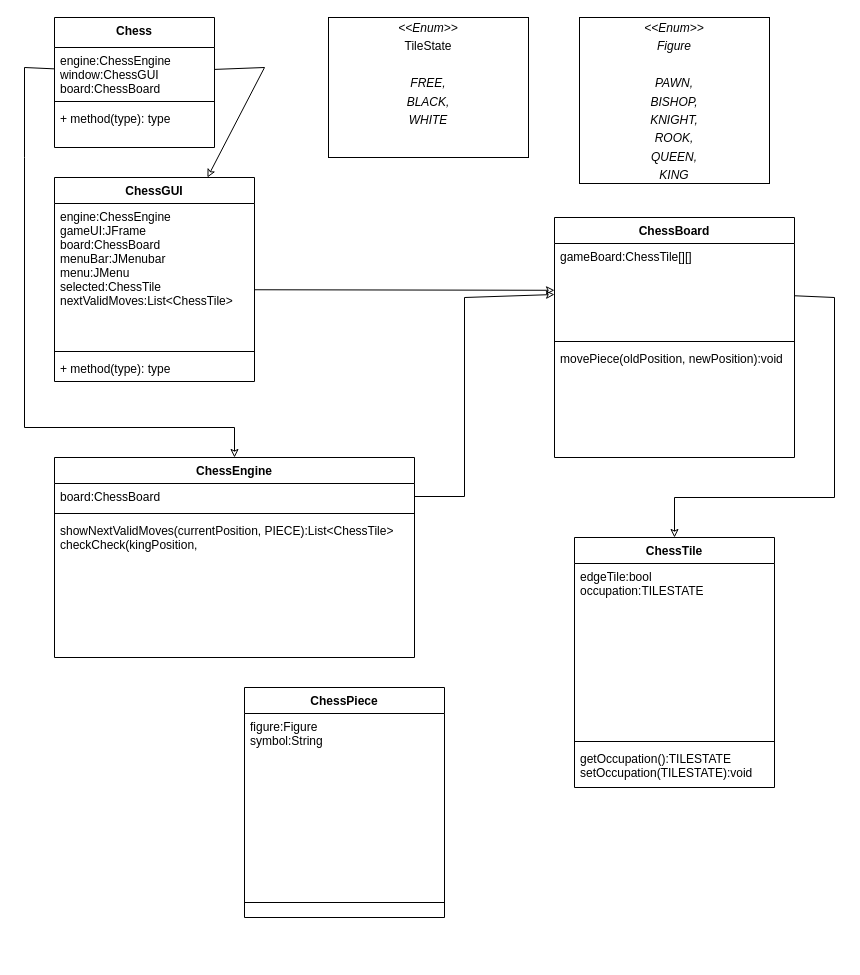
Before: Aufgaben/Chessadds/UML Chess.drawio in dertheodor/epic_chess, a draw.io diagram. Source tidied: cells renumbered, new cells numbered last; positions are measured from the earlier drawing's top-left corner, leaving out a move shared by most shapes. Both pictures are drawn from the tidied source at 100%, with x=0, y=0 at pixel (24, 17).
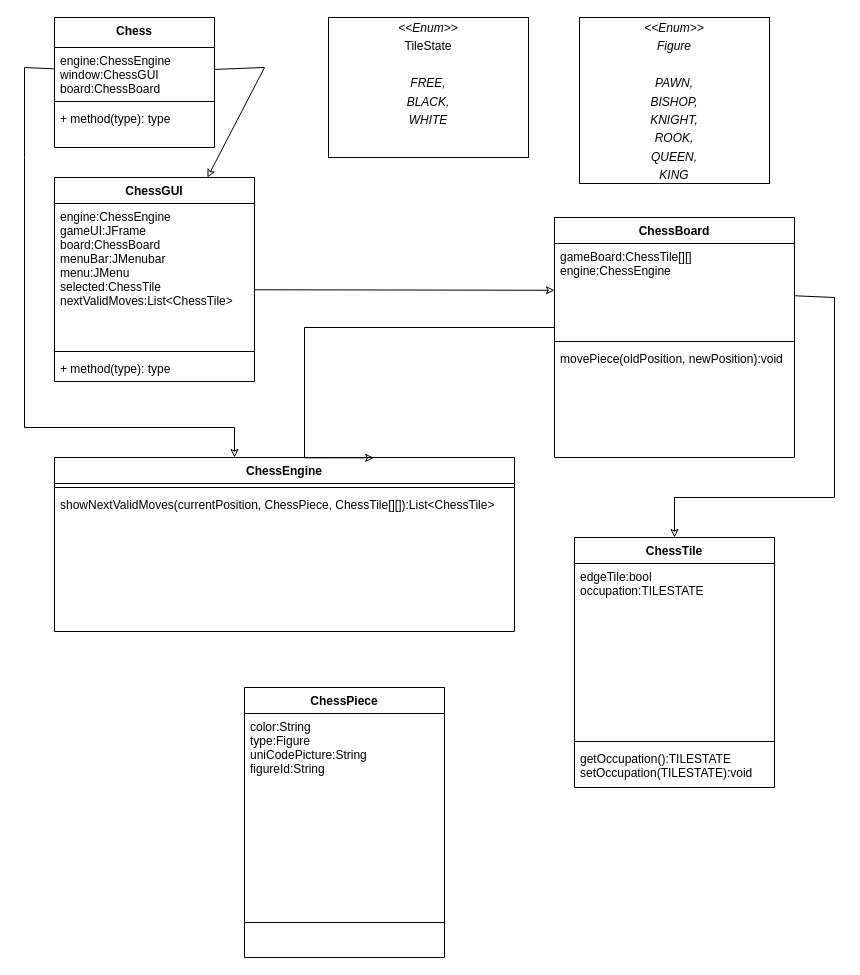
The same diagram, later.

Commit message (it also covers changes not shown here):
[Chess] Added a new Helper Class for Positions in our Arrays. Added Methods in ChessEngine to realize Pawn Movement. Added more tweaks in other Classes to work smoothly with changes in ChessEngine

Unchanged cells that the change refers to:
```xml
<mxCell id="20" value="ChessBoard" style="swimlane;fontStyle=1;align=center;verticalAlign=top;horizontal=1;startSize=26;" parent="1" vertex="1">
  <mxGeometry x="530" y="200" width="240" height="240" as="geometry" />
</mxCell>
```

Diff of the diagram source:
```diff
@@
     <mxCell id="6" value="ChessEngine" style="swimlane;fontStyle=1;align=center;verticalAlign=top;horizontal=1;startSize=26;" parent="1" vertex="1">
-      <mxGeometry x="30" y="440" width="360" height="200" as="geometry" />
+      <mxGeometry x="30" y="440" width="460" height="174" as="geometry" />
     </mxCell>
-    <mxCell id="7" value="board:ChessBoard" style="text;strokeColor=none;fillColor=none;align=left;verticalAlign=top;spacingLeft=4;spacingRight=4;overflow=hidden;points=[[0,0.5],[1,0.5]];portConstraint=eastwest;" parent="6" vertex="1">
-      <mxGeometry y="26" width="360" height="26" as="geometry" />
-    </mxCell>
     <mxCell id="8" style="line;strokeWidth=1;fillColor=none;align=left;verticalAlign=middle;spacingTop=-1;spacingLeft=3;spacingRight=3;labelPosition=right;" parent="6" vertex="1">
-      <mxGeometry y="52" width="360" height="8" as="geometry" />
+      <mxGeometry y="26" width="460" height="8" as="geometry" />
     </mxCell>
-    <mxCell id="9" value="showNextValidMoves(currentPosition, PIECE):List&lt;ChessTile&gt;&#10;checkCheck(kingPosition, &#10;&#10;" style="text;strokeColor=none;fillColor=none;align=left;verticalAlign=top;spacingLeft=4;spacingRight=4;overflow=hidden;" parent="6" vertex="1">
-      <mxGeometry y="60" width="360" height="140" as="geometry" />
+    <mxCell id="9" value="showNextValidMoves(currentPosition, ChessPiece, ChessTile[][]):List&lt;ChessTile&gt;&#10;" style="text;strokeColor=none;fillColor=none;align=left;verticalAlign=top;spacingLeft=4;spacingRight=4;overflow=hidden;" parent="6" vertex="1">
+      <mxGeometry y="34" width="460" height="140" as="geometry" />
     </mxCell>
@@
-    <mxCell id="21" value="gameBoard:ChessTile[][]" style="text;strokeColor=none;fillColor=none;align=left;verticalAlign=top;spacingLeft=4;spacingRight=4;overflow=hidden;points=[[0,0.5],[1,0.5]];portConstraint=eastwest;" parent="20" vertex="1">
+    <mxCell id="21" value="gameBoard:ChessTile[][]&#10;engine:ChessEngine" style="text;strokeColor=none;fillColor=none;align=left;verticalAlign=top;spacingLeft=4;spacingRight=4;overflow=hidden;points=[[0,0.5],[1,0.5]];portConstraint=eastwest;" parent="20" vertex="1">
       <mxGeometry y="26" width="240" height="94" as="geometry" />
     </mxCell>
@@
-    <mxCell id="25" style="edgeStyle=none;rounded=0;jettySize=auto;html=1;endArrow=classic;endFill=0;" parent="1" edge="1" source="7">
-      <mxGeometry relative="1" as="geometry">
-        <mxPoint x="530" y="277" as="targetPoint" />
-        <Array as="points">
-          <mxPoint x="440" y="479" />
-          <mxPoint x="440" y="280" />
-        </Array>
-      </mxGeometry>
-    </mxCell>
@@
     <mxCell id="29" value="ChessPiece" style="swimlane;fontStyle=1;align=center;verticalAlign=top;horizontal=1;startSize=26;" parent="1" vertex="1">
-      <mxGeometry x="220" y="670" width="200" height="230" as="geometry" />
+      <mxGeometry x="220" y="670" width="200" height="270" as="geometry" />
     </mxCell>
-    <mxCell id="30" value="figure:Figure&#10;symbol:String" style="text;strokeColor=none;fillColor=none;align=left;verticalAlign=top;spacingLeft=4;spacingRight=4;overflow=hidden;" parent="29" vertex="1">
+    <mxCell id="30" value="color:String&#10;type:Figure&#10;uniCodePicture:String&#10;figureId:String" style="text;strokeColor=none;fillColor=none;align=left;verticalAlign=top;spacingLeft=4;spacingRight=4;overflow=hidden;" parent="29" vertex="1">
       <mxGeometry y="26" width="200" height="174" as="geometry" />
     </mxCell>
     <mxCell id="31" style="line;strokeWidth=1;fillColor=none;align=left;verticalAlign=middle;spacingTop=-1;spacingLeft=3;spacingRight=3;labelPosition=right;" parent="29" vertex="1">
-      <mxGeometry y="200" width="200" height="30" as="geometry" />
+      <mxGeometry y="200" width="200" height="70" as="geometry" />
     </mxCell>
+    <mxCell id="32" style="edgeStyle=orthogonalEdgeStyle;rounded=0;jettySize=auto;html=1;entryX=0.694;entryY=0.002;entryDx=0;entryDy=0;entryPerimeter=0;endArrow=classic;endFill=0;" parent="1" edge="1" source="21" target="6">
+      <mxGeometry relative="1" as="geometry">
+        <Array as="points">
+          <mxPoint x="280" y="310" />
+        </Array>
+      </mxGeometry>
+    </mxCell>
```
